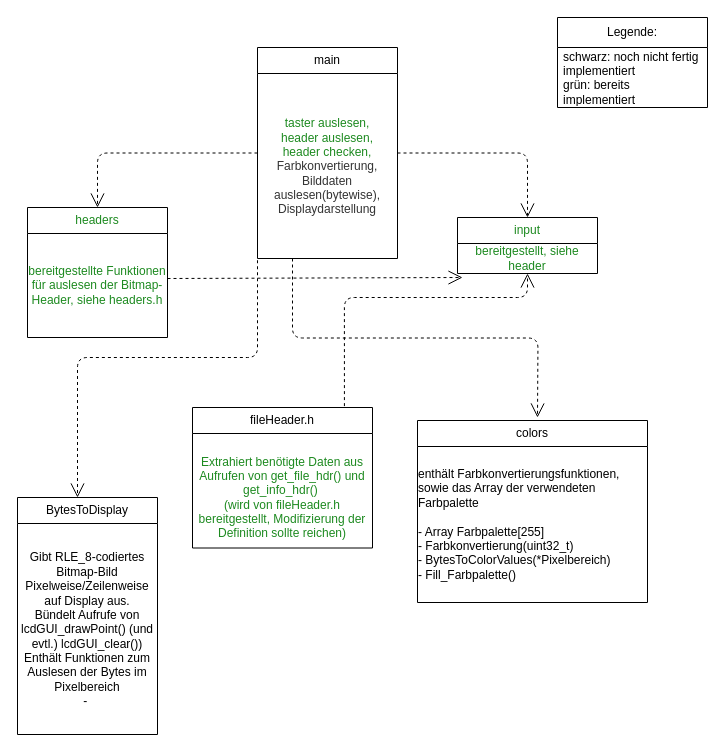
Earlier version of the draw.io diagram Programs/BitmapDisplay/Modulkonzept.drawio (eljollo/ITS-BRD-VSC). Source tidied: cells renumbered, new cells numbered last; positions are measured from the earlier drawing's top-left corner, leaving out a move shared by most shapes. Both pictures are drawn from the tidied source at 100%, with x=0, y=0 at pixel (17, 17).
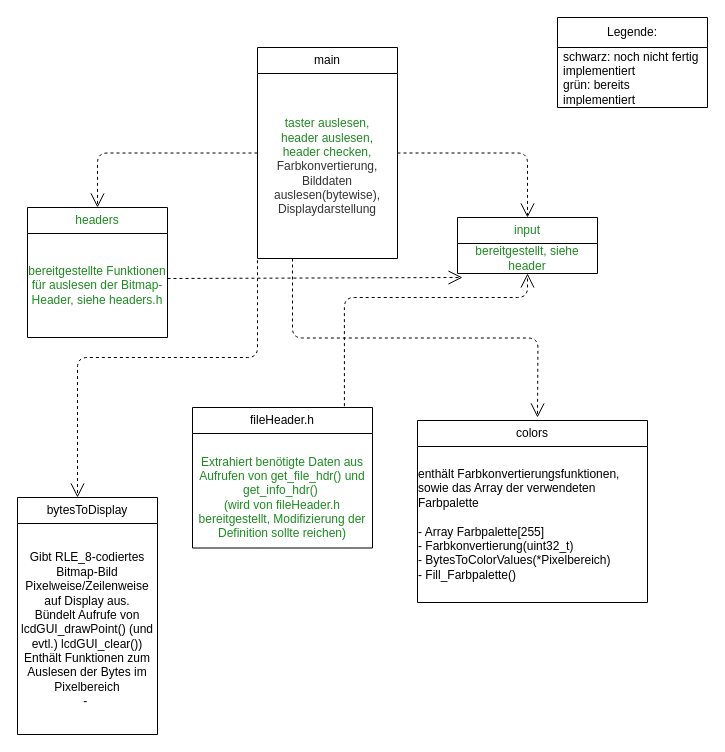
The same page after the edit.

Commit message (it also covers changes not shown here):
added modules colors and bytesToDisplay to Project. Build successfull

Change to the diagram source:
```diff
@@
-    <mxCell id="14" value="BytesToDisplay" style="swimlane;fontStyle=0;horizontal=1;startSize=26;fillColor=none;whiteSpace=wrap;html=1;" parent="1" vertex="1">
+    <mxCell id="14" value="bytesToDisplay" style="swimlane;fontStyle=0;horizontal=1;startSize=26;fillColor=none;whiteSpace=wrap;html=1;" parent="1" vertex="1">
       <mxGeometry y="480" width="140" height="237" as="geometry" />
     </mxCell>
```
